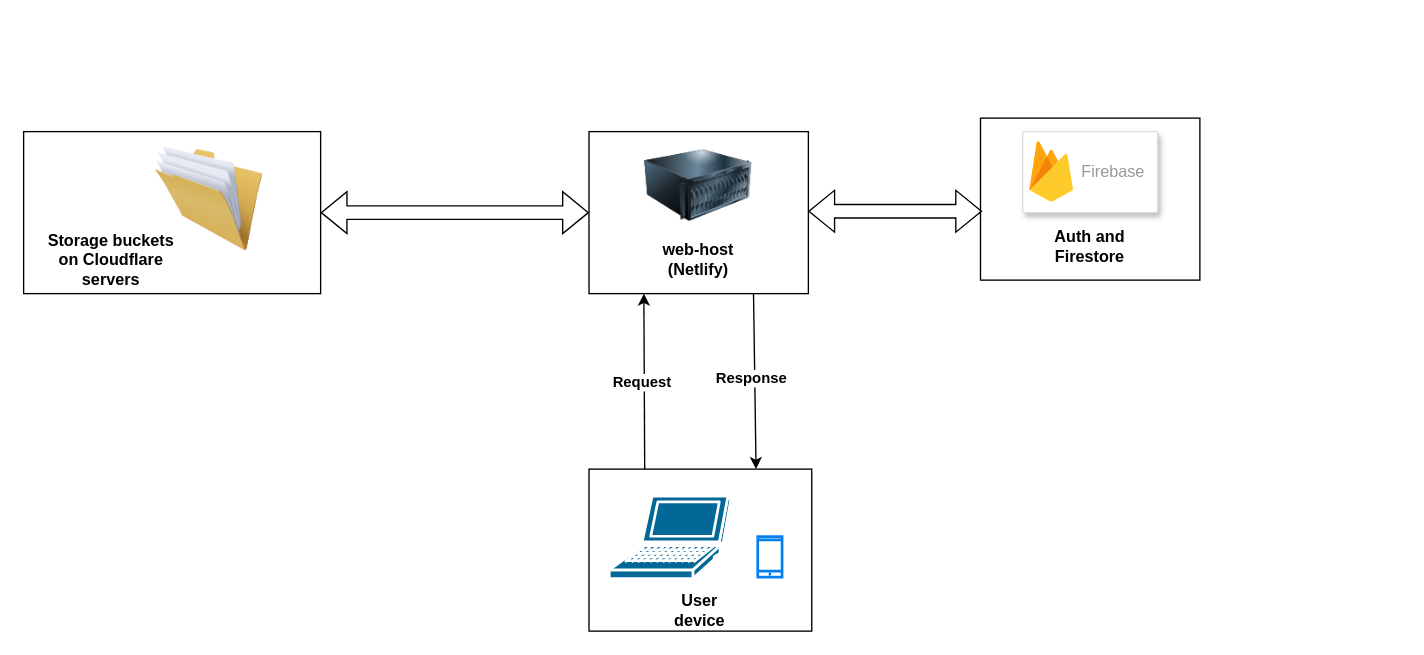
Earlier version of the draw.io diagram page "current setup" (1 of 2) of library-app.drawio (appsparkler/draw.io). Source tidied: cells renumbered, new cells numbered last; positions are measured from the earlier drawing's top-left corner, leaving out a move shared by most shapes. Both pictures are drawn from the tidied source at 135%, with x=0, y=0 at pixel (23, 117).
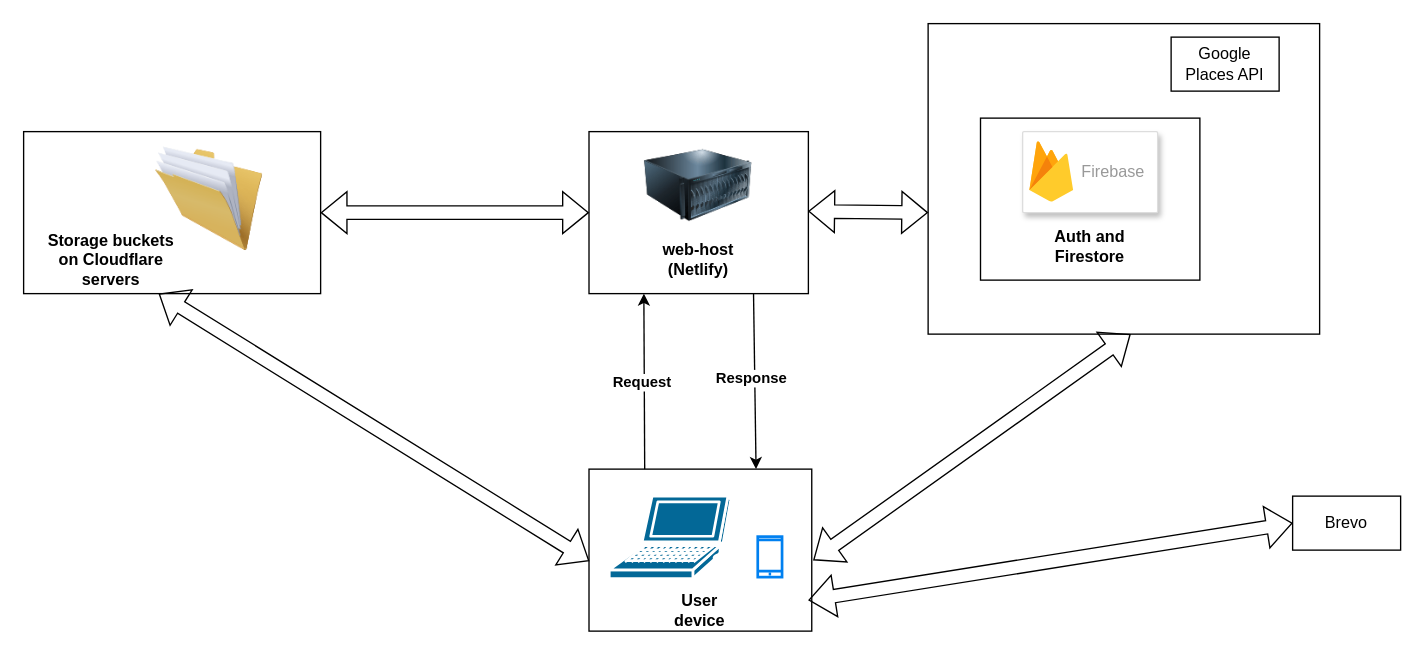
The same diagram, later.

The change refers to these unchanged cells:
```xml
<mxCell id="4" style="rounded=0;whiteSpace=wrap;html=1;" parent="1" vertex="1">
  <mxGeometry y="10" width="220" height="120" as="geometry" />
</mxCell>
<mxCell id="5" style="rounded=0;whiteSpace=wrap;html=1;" parent="1" vertex="1">
  <mxGeometry x="418.8" y="260" width="165" height="120" as="geometry" />
</mxCell>
```

Diff of the diagram source:
```diff
@@
+    <mxCell id="22" style="rounded=0;whiteSpace=wrap;html=1;" parent="1" vertex="1">
+      <mxGeometry x="670" y="-70" width="290" height="230" as="geometry" />
+    </mxCell>
@@
     <mxCell id="21" style="shape=flexArrow;endArrow=classic;startArrow=classic;html=1;rounded=0;exitX=1;exitY=0.5;exitDx=0;exitDy=0;" parent="1" edge="1">
       <mxGeometry relative="1" as="geometry">
         <mxPoint x="581.2" y="69" as="sourcePoint" />
-        <mxPoint x="710" y="69" as="targetPoint" />
+        <mxPoint x="670" y="70" as="targetPoint" />
       </mxGeometry>
     </mxCell>
+    <mxCell id="23" style="shape=flexArrow;endArrow=classic;startArrow=classic;html=1;rounded=0;exitX=1.007;exitY=0.562;exitDx=0;exitDy=0;exitPerimeter=0;" parent="1" edge="1" source="5">
+      <mxGeometry relative="1" as="geometry">
+        <mxPoint x="820" y="160" as="targetPoint" />
+      </mxGeometry>
+    </mxCell>
+    <mxCell id="24" style="shape=flexArrow;endArrow=classic;startArrow=classic;html=1;rounded=0;exitX=0.455;exitY=1;exitDx=0;exitDy=0;entryX=0.001;entryY=0.567;entryDx=0;entryDy=0;exitPerimeter=0;entryPerimeter=0;" parent="1" edge="1" source="4" target="5">
+      <mxGeometry relative="1" as="geometry" />
+    </mxCell>
+    <mxCell id="25" value="Google Places API" style="rounded=0;whiteSpace=wrap;html=1;" parent="1" vertex="1">
+      <mxGeometry x="850" y="-60" width="80" height="40" as="geometry" />
+    </mxCell>
+    <mxCell id="26" value="&lt;div&gt;Brevo&lt;/div&gt;" style="rounded=0;whiteSpace=wrap;html=1;" parent="1" vertex="1">
+      <mxGeometry x="940" y="280" width="80" height="40" as="geometry" />
+    </mxCell>
+    <mxCell id="27" style="shape=flexArrow;endArrow=classic;startArrow=classic;html=1;rounded=0;exitX=0.985;exitY=0.809;exitDx=0;exitDy=0;exitPerimeter=0;entryX=0;entryY=0.5;entryDx=0;entryDy=0;" parent="1" edge="1" source="5" target="26">
+      <mxGeometry relative="1" as="geometry" />
+    </mxCell>
```
